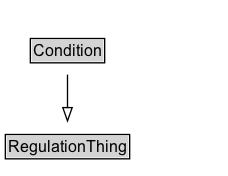
This is docs/diagrams/Condition.dot.png from k-vaughn/ontology-its-regulation, a Graphviz export, as it was before one commit. Its source is kept beside it as docs/diagrams/Condition.dot.
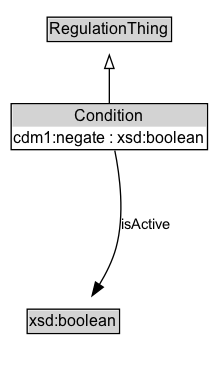
After the change.

Change to the diagram source:
```diff
@@ -2,14 +2,22 @@
 	graph [overlap=false rankdir=TB splines=true]
 	node [fontname=Arial fontsize=12 margin=0 shape=none]
 	edge [fontname=Arial fontsize=11]
-	Condition [label=<<TABLE BORDER="1" CELLBORDER="0" CELLSPACING="0" CELLPADDING="1"><TR><TD BGCOLOR="lightgray" ALIGN="CENTER">Condition</TD></TR></TABLE>> URL="../Condition" margin=0]
+	{
+		rank=source
+		RegulationThing [label=<<TABLE BORDER="1" CELLBORDER="0" CELLSPACING="0" CELLPADDING="1"><TR><TD BGCOLOR="lightgray" ALIGN="CENTER">RegulationThing</TD></TR></TABLE>> URL="../RegulationThing" margin=0]
+	}
+	Condition [label=<<TABLE BORDER="1" CELLBORDER="0" CELLSPACING="0" CELLPADDING="1"><TR><TD BGCOLOR="lightgray" ALIGN="CENTER">Condition</TD></TR><TR><TD ALIGN="LEFT">cdm1:negate : xsd:boolean</TD></TR></TABLE>> URL="../Condition" margin=0]
 	{
 		rank=max
 	}
 	subgraph cluster_associated {
 		label="" style=invis
 		Invis [label=<<TABLE BORDER="0" CELLBORDER="0" CELLSPACING="0" CELLPADDING="1"><TR><TD></TD></TR></TABLE>> margin=0 style=invis]
+		xsd_boolean [label=<<TABLE BORDER="1" CELLBORDER="0" CELLSPACING="0" CELLPADDING="1"><TR><TD BGCOLOR="lightgray" ALIGN="CENTER">xsd:boolean</TD></TR></TABLE>> URL="https://w3id.org/citydata/imported/xsd/latest/boolean" margin=0]
 	}
-	RegulationThing [label=<<TABLE BORDER="1" CELLBORDER="0" CELLSPACING="0" CELLPADDING="1"><TR><TD BGCOLOR="lightgray" ALIGN="CENTER">RegulationThing</TD></TR></TABLE>> URL="../RegulationThing" margin=0]
 	Condition -> RegulationThing [arrowhead=onormal style=solid]
+	Condition -> Invis [style=invis]
+	Invis -> xsd_boolean [style=invis]
+	xsd_boolean [label=<<TABLE BORDER="1" CELLBORDER="0" CELLSPACING="0" CELLPADDING="1"><TR><TD BGCOLOR="lightgray" ALIGN="CENTER">xsd:boolean</TD></TR></TABLE>> URL="https://w3id.org/citydata/imported/xsd/latest/boolean" margin=0]
+	Condition -> xsd_boolean [label=isActive arrowhead=normal style=solid]
 }
```
